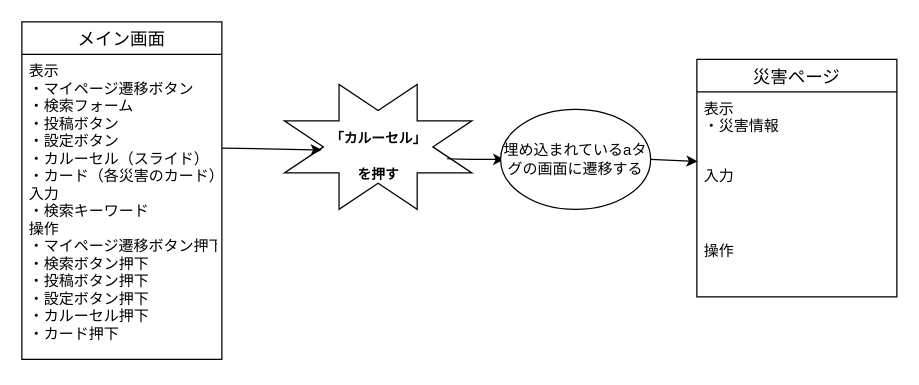
Earlier version of the draw.io diagram 画面遷移図/カルーセル.drawio (Ryusei44237/sotuken). Source tidied: cells renumbered, new cells numbered last; positions are measured from the earlier drawing's top-left corner, leaving out a move shared by most shapes. Both pictures are drawn from the tidied source at 125%, with x=0, y=0 at pixel (21, 21).
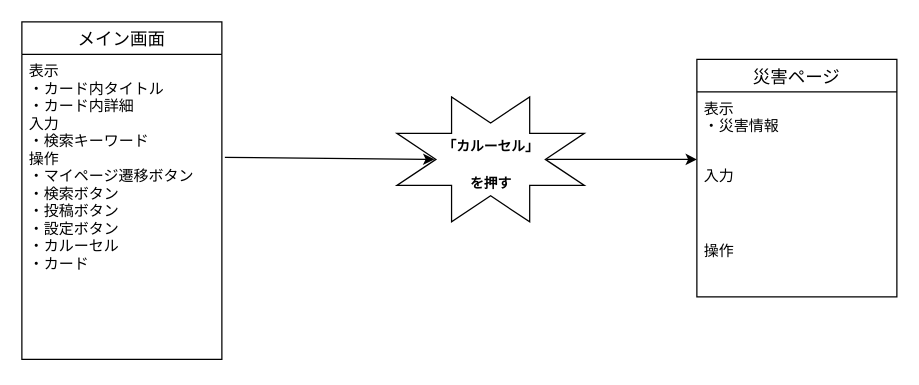
After the change.

Commit message:
カルーセル

What changed in the source:
```diff
@@
 <mxGraphModel>
   <root>
     <mxCell id="0" />
     <mxCell id="1" parent="0" />
     <mxCell id="2" style="verticalLabelPosition=bottom;verticalAlign=top;html=1;shape=mxgraph.basic.8_point_star;strokeColor=#000000;strokeWidth=1;" parent="1" vertex="1">
-      <mxGeometry x="210" y="50" width="150" height="100" as="geometry" />
+      <mxGeometry x="300" y="60" width="150" height="100" as="geometry" />
     </mxCell>
     <mxCell id="3" value="&lt;font style=&quot;font-size: 11px&quot;&gt;「カルーセル」&lt;br&gt;を押す&lt;/font&gt;" style="text;strokeColor=none;fillColor=none;html=1;fontSize=24;fontStyle=1;verticalAlign=middle;align=center;" parent="1" vertex="1">
-      <mxGeometry x="240" y="85" width="90" height="35" as="geometry" />
+      <mxGeometry x="330" y="92.5" width="90" height="35" as="geometry" />
     </mxCell>
-    <mxCell id="4" style="endArrow=classic;html=1;entryX=0;entryY=0.5;entryDx=0;entryDy=0;exitX=1.001;exitY=0.307;exitDx=0;exitDy=0;exitPerimeter=0;" parent="1" edge="1" source="9" target="3">
+    <mxCell id="4" style="endArrow=classic;html=1;entryX=0;entryY=0.5;entryDx=0;entryDy=0;exitX=1.015;exitY=0.338;exitDx=0;exitDy=0;exitPerimeter=0;" parent="1" edge="1" source="9" target="3">
       <mxGeometry relative="1" as="geometry" />
     </mxCell>
-    <mxCell id="5" style="endArrow=classic;html=1;" parent="1" edge="1">
+    <mxCell id="5" style="endArrow=classic;html=1;entryX=0;entryY=0;entryDx=0;entryDy=0;entryPerimeter=0;" parent="1" edge="1" target="12">
       <mxGeometry relative="1" as="geometry">
-        <mxPoint x="340" y="109.5" as="sourcePoint" />
-        <mxPoint x="386" y="110" as="targetPoint" />
-        <Array as="points">
-          <mxPoint x="360" y="110" />
-        </Array>
+        <mxPoint x="420" y="110" as="sourcePoint" />
       </mxGeometry>
     </mxCell>
-    <mxCell id="6" value="埋め込まれているaタグの画面に遷移する" style="ellipse;whiteSpace=wrap;html=1;strokeColor=#000000;strokeWidth=1;" parent="1" vertex="1">
-      <mxGeometry x="383" y="70" width="120" height="80" as="geometry" />
-    </mxCell>
-    <mxCell id="7" style="endArrow=classic;html=1;exitX=1;exitY=0.5;exitDx=0;exitDy=0;entryX=0.004;entryY=0.028;entryDx=0;entryDy=0;entryPerimeter=0;" parent="1" edge="1" source="6" target="12">
-      <mxGeometry relative="1" as="geometry" />
-    </mxCell>
     <mxCell id="8" value="メイン画面" style="swimlane;fontStyle=0;horizontal=1;startSize=26;align=center;fontSize=14;" parent="1" vertex="1">
       <mxGeometry width="160" height="270" as="geometry" />
     </mxCell>
-    <mxCell id="9" value="表示&#10;・マイページ遷移ボタン&#10;・検索フォーム&#10;・投稿ボタン&#10;・設定ボタン&#10;・カルーセル（スライド）&#10;・カード（各災害のカード）&#10;入力&#10;・検索キーワード&#10;操作&#10;・マイページ遷移ボタン押下&#10;・検索ボタン押下&#10;・投稿ボタン押下&#10;・設定ボタン押下&#10;・カルーセル押下&#10;・カード押下" style="text;strokeColor=none;fillColor=none;spacingLeft=4;spacingRight=4;overflow=hidden;points=[[0,0.5],[1,0.5]];portConstraint=eastwest;fontSize=12;" parent="8" vertex="1">
+    <mxCell id="9" value="表示&#10;・カード内タイトル&#10;・カード内詳細&#10;入力&#10;・検索キーワード&#10;操作&#10;・マイページ遷移ボタン&#10;・検索ボタン&#10;・投稿ボタン&#10;・設定ボタン&#10;・カルーセル&#10;・カード" style="text;strokeColor=none;fillColor=none;spacingLeft=4;spacingRight=4;overflow=hidden;points=[[0,0.5],[1,0.5]];portConstraint=eastwest;fontSize=12;" parent="8" vertex="1">
       <mxGeometry y="26" width="160" height="244" as="geometry" />
     </mxCell>
     <mxCell id="10" value="災害ページ" style="swimlane;fontStyle=0;horizontal=1;startSize=26;align=center;fontSize=14;strokeColor=#000000;strokeWidth=1;" parent="1" vertex="1">
       <mxGeometry x="540" y="30" width="160" height="190" as="geometry" />
     </mxCell>
     <mxCell id="11" value="表示&#10;・災害情報&#10;　" style="text;strokeColor=none;fillColor=none;spacingLeft=4;spacingRight=4;overflow=hidden;fontSize=12;" parent="10" vertex="1">
       <mxGeometry y="26" width="160" height="54" as="geometry" />
     </mxCell>
     <mxCell id="12" value="入力" style="text;strokeColor=none;fillColor=none;spacingLeft=4;spacingRight=4;overflow=hidden;points=[[0,0.5],[1,0.5]];portConstraint=eastwest;fontSize=12;" parent="10" vertex="1">
       <mxGeometry y="80" width="160" height="60" as="geometry" />
     </mxCell>
     <mxCell id="13" value="操作&#10;&#10;" style="text;strokeColor=none;fillColor=none;spacingLeft=4;spacingRight=4;overflow=hidden;fontSize=12;" parent="10" vertex="1">
       <mxGeometry y="140" width="160" height="50" as="geometry" />
     </mxCell>
   </root>
 </mxGraphModel>
```
